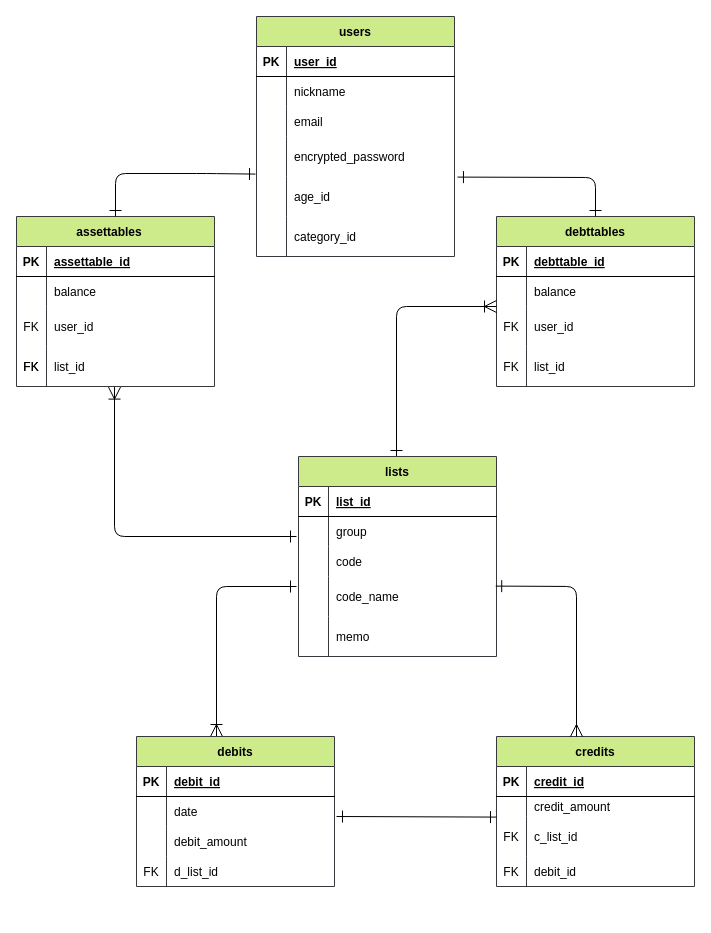
The draw.io diagram page "ER図" (2 of 3) of moneyforest.dio in rikakohira/moneyforest, before the edit. Source tidied: cells renumbered, new cells numbered last; positions are measured from the earlier drawing's top-left corner, leaving out a move shared by most shapes. Both pictures are drawn from the tidied source at 100%, with x=0, y=0 at pixel (16, 16).
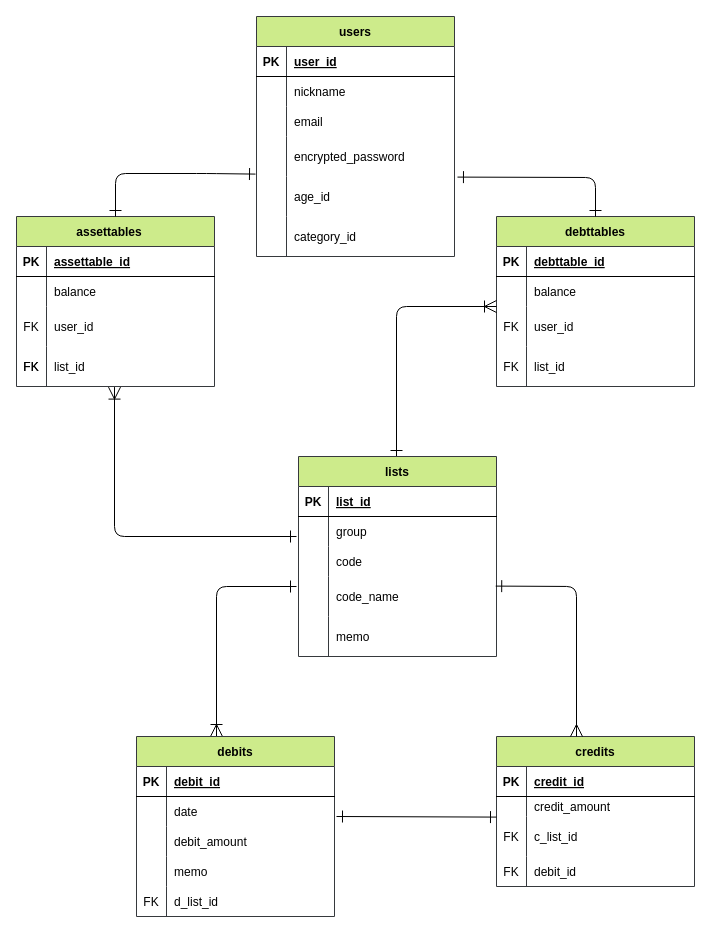
Above is the later version.

The edit, as a diff of the source:
```diff
@@
     <mxCell id="35" value="debits" style="shape=table;startSize=30;childLayout=tableLayout;rowLines=0;fontStyle=1;align=center;strokeColor=#36393d;fillColor=#cdeb8b;fontColor=#000000;resizeLastRow=1;" parent="1" vertex="1">
-      <mxGeometry x="120" y="720" width="198" height="150" as="geometry" />
+      <mxGeometry x="120" y="720" width="198" height="180" as="geometry" />
     </mxCell>
@@
+    <mxCell id="101" style="shape=partialRectangle;fillColor=none;top=0;left=0;bottom=0;right=0;strokeColor=#000000;fontColor=#000000;" parent="35" vertex="1">
+      <mxGeometry y="120" width="198" height="30" as="geometry" />
+    </mxCell>
+    <mxCell id="102" style="shape=partialRectangle;fillColor=none;top=0;left=0;bottom=0;right=0;overflow=hidden;strokeColor=#000000;fontColor=#000000;" parent="101" vertex="1">
+      <mxGeometry width="30" height="30" as="geometry" />
+    </mxCell>
+    <mxCell id="103" value="memo" style="shape=partialRectangle;fillColor=none;top=0;left=0;bottom=0;right=0;align=left;spacingLeft=6;overflow=hidden;strokeColor=#000000;fontColor=#000000;" parent="101" vertex="1">
+      <mxGeometry x="30" width="168" height="30" as="geometry" />
+    </mxCell>
     <mxCell id="45" style="shape=partialRectangle;fillColor=none;top=0;left=0;bottom=0;right=0;strokeColor=#000000;fontColor=#000000;" parent="35" vertex="1">
-      <mxGeometry y="120" width="198" height="30" as="geometry" />
+      <mxGeometry y="150" width="198" height="30" as="geometry" />
     </mxCell>
```
